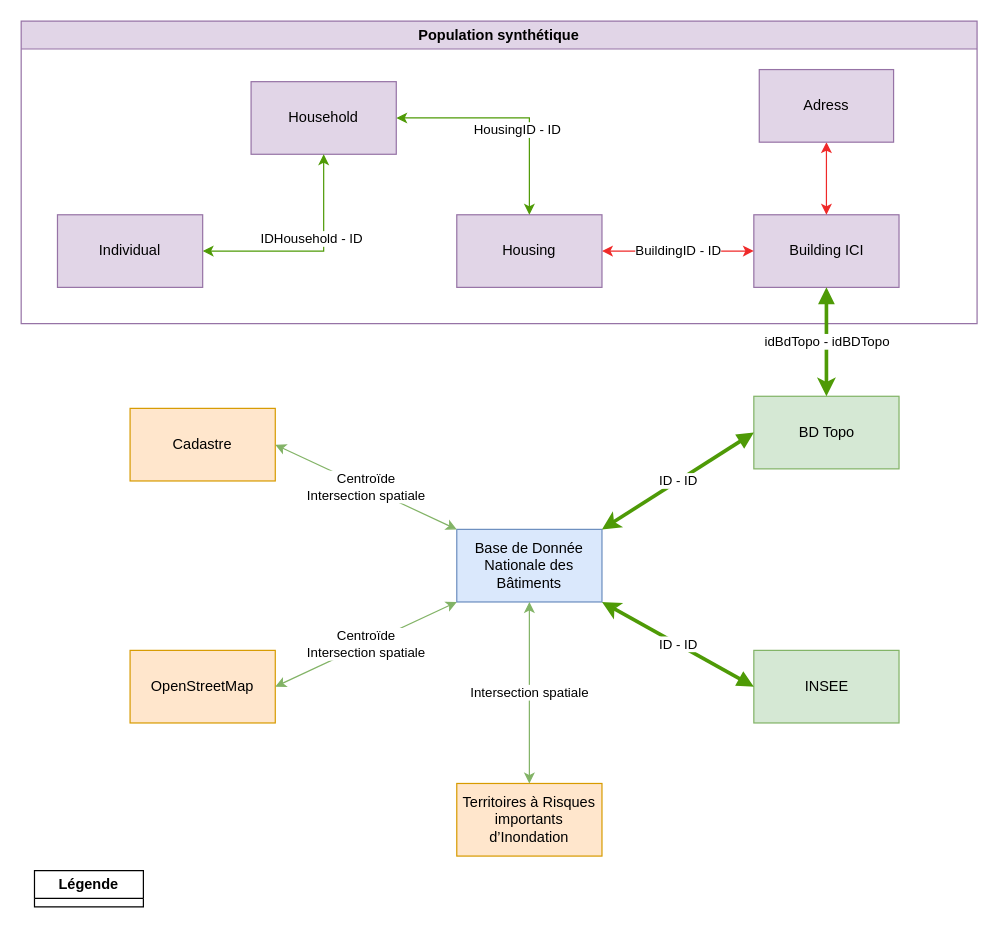
Earlier version of the draw.io diagram liens_entre_bases.drawio (EnzoVenon/Gemini_numeriques). Source tidied: cells renumbered, new cells numbered last; positions are measured from the earlier drawing's top-left corner, leaving out a move shared by most shapes. Both pictures are drawn from the tidied source at 121%, with x=0, y=0 at pixel (21, 21).
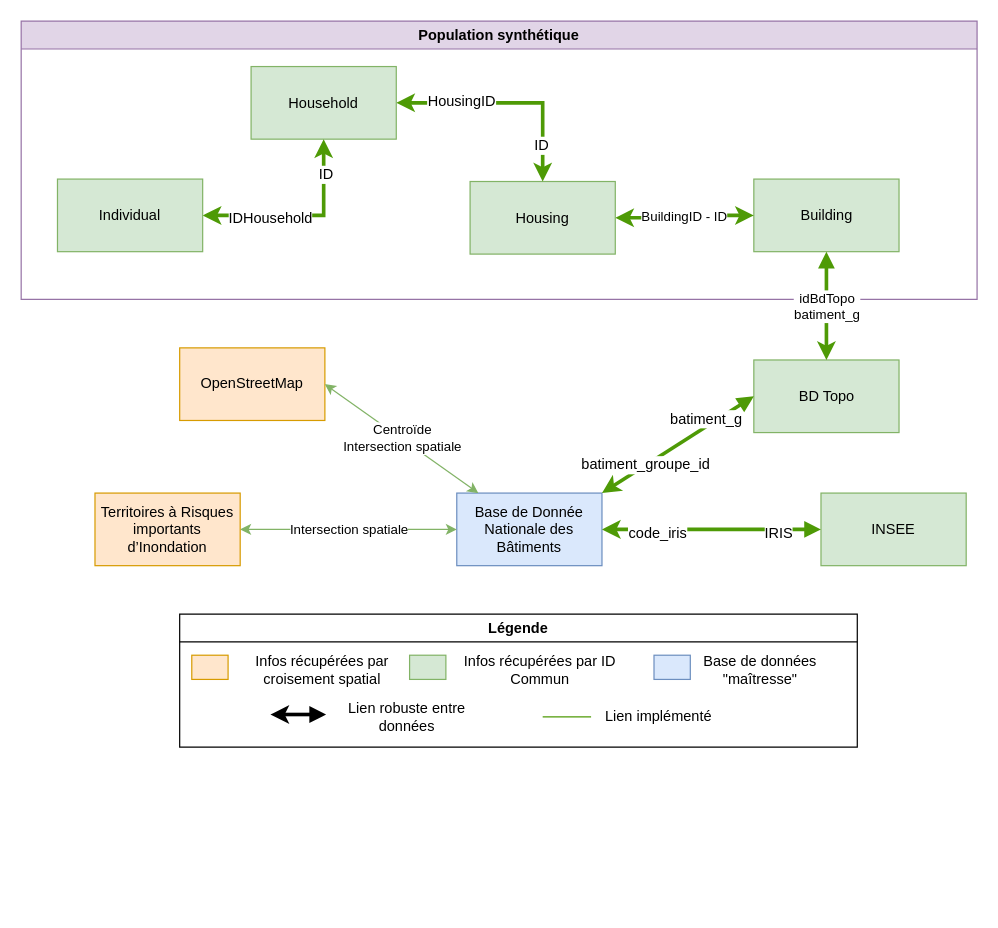
The same diagram, later.

Commit message:
changing diagram to represent better the links between data sources

Diff of the diagram source:
```diff
@@
     <mxCell id="2" value="Base de Donnée Nationale des Bâtiments" style="rounded=0;whiteSpace=wrap;html=1;fillColor=#dae8fc;strokeColor=#6c8ebf;" parent="1" vertex="1">
-      <mxGeometry x="360" y="420" width="120" height="60" as="geometry" />
+      <mxGeometry x="360" y="390" width="120" height="60" as="geometry" />
     </mxCell>
     <mxCell id="3" value="&lt;div&gt;BD Topo&lt;/div&gt;" style="rounded=0;whiteSpace=wrap;html=1;fillColor=#d5e8d4;strokeColor=#82b366;" parent="1" vertex="1">
-      <mxGeometry x="605.5" y="310" width="120" height="60" as="geometry" />
+      <mxGeometry x="605.5" y="280" width="120" height="60" as="geometry" />
     </mxCell>
-    <mxCell id="4" value="&lt;div&gt;Cadastre&lt;/div&gt;" style="rounded=0;whiteSpace=wrap;html=1;fillColor=#ffe6cc;strokeColor=#d79b00;" parent="1" vertex="1">
-      <mxGeometry x="90" y="320" width="120" height="60" as="geometry" />
-    </mxCell>
     <mxCell id="5" value="OpenStreetMap" style="rounded=0;whiteSpace=wrap;html=1;fillColor=#ffe6cc;strokeColor=#d79b00;" parent="1" vertex="1">
-      <mxGeometry x="90" y="520" width="120" height="60" as="geometry" />
+      <mxGeometry x="131" y="270" width="120" height="60" as="geometry" />
     </mxCell>
     <mxCell id="6" value="INSEE" style="rounded=0;whiteSpace=wrap;html=1;fillColor=#d5e8d4;strokeColor=#82b366;" parent="1" vertex="1">
-      <mxGeometry x="605.5" y="520" width="120" height="60" as="geometry" />
+      <mxGeometry x="661" y="390" width="120" height="60" as="geometry" />
     </mxCell>
     <mxCell id="7" value="Territoires à Risques importants d’Inondation" style="rounded=0;whiteSpace=wrap;html=1;fillColor=#ffe6cc;strokeColor=#d79b00;" parent="1" vertex="1">
-      <mxGeometry x="360" y="630" width="120" height="60" as="geometry" />
+      <mxGeometry x="61" y="390" width="120" height="60" as="geometry" />
     </mxCell>
-    <mxCell id="8" value="&lt;div&gt;Centroïde &lt;br&gt;&lt;/div&gt;&lt;div&gt;Intersection spatiale&lt;br&gt;&lt;/div&gt;" style="endArrow=classic;html=1;rounded=0;exitX=1;exitY=0.5;exitDx=0;exitDy=0;entryX=0;entryY=0;entryDx=0;entryDy=0;strokeColor=#82b366;endFill=1;startArrow=classic;startFill=1;fillColor=#d5e8d4;" parent="1" edge="1" source="4" target="2">
-      <mxGeometry relative="1" as="geometry" />
-    </mxCell>
-    <mxCell id="9" value="ID - ID" style="endArrow=classic;html=1;rounded=0;entryX=1;entryY=0;entryDx=0;entryDy=0;exitX=0;exitY=0.5;exitDx=0;exitDy=0;strokeColor=#4e9a06;strokeWidth=3;endFill=1;startArrow=block;" parent="1" edge="1" source="3" target="2">
-      <mxGeometry relative="1" as="geometry" />
+    <mxCell id="9" style="endArrow=classic;html=1;rounded=0;entryX=1;entryY=0;entryDx=0;entryDy=0;exitX=0;exitY=0.5;exitDx=0;exitDy=0;strokeColor=#4e9a06;strokeWidth=3;endFill=1;startArrow=block;" parent="1" edge="1" source="3" target="2">
+      <mxGeometry x="-0.02" y="13" relative="1" as="geometry" />
     </mxCell>
-    <mxCell id="10" value="Intersection spatiale" style="endArrow=classic;html=1;rounded=0;exitX=0.5;exitY=0;exitDx=0;exitDy=0;entryX=0.5;entryY=1;entryDx=0;entryDy=0;strokeColor=#82b366;endFill=1;startArrow=classic;startFill=1;fillColor=#d5e8d4;" parent="1" edge="1" source="7" target="2">
+    <mxCell id="10" value="Intersection spatiale" style="endArrow=classic;html=1;rounded=0;exitX=1;exitY=0.5;exitDx=0;exitDy=0;entryX=0;entryY=0.5;entryDx=0;entryDy=0;strokeColor=#82b366;endFill=1;startArrow=classic;startFill=1;fillColor=#d5e8d4;" parent="1" edge="1" source="7" target="2">
       <mxGeometry relative="1" as="geometry" />
     </mxCell>
-    <mxCell id="11" value="&lt;div&gt;Centroïde&lt;/div&gt;&lt;div&gt;Intersection spatiale&lt;br&gt;&lt;/div&gt;" style="endArrow=classic;html=1;rounded=0;exitX=1;exitY=0.5;exitDx=0;exitDy=0;entryX=0;entryY=1;entryDx=0;entryDy=0;strokeColor=#82b366;endFill=1;startArrow=classic;startFill=1;fillColor=#d5e8d4;" parent="1" edge="1" source="5" target="2">
+    <mxCell id="11" value="&lt;div&gt;Centroïde&lt;/div&gt;&lt;div&gt;Intersection spatiale&lt;br&gt;&lt;/div&gt;" style="endArrow=classic;html=1;rounded=0;exitX=1;exitY=0.5;exitDx=0;exitDy=0;strokeColor=#82b366;endFill=1;startArrow=classic;startFill=1;fillColor=#d5e8d4;" parent="1" edge="1" source="5" target="2">
       <mxGeometry relative="1" as="geometry" />
     </mxCell>
-    <mxCell id="12" value="ID - ID" style="endArrow=classic;html=1;rounded=0;exitX=0;exitY=0.5;exitDx=0;exitDy=0;entryX=1;entryY=1;entryDx=0;entryDy=0;strokeColor=#4e9a06;strokeWidth=3;endFill=1;startArrow=block;" parent="1" edge="1" source="6" target="2">
+    <mxCell id="12" style="endArrow=classic;html=1;rounded=0;exitX=0;exitY=0.5;exitDx=0;exitDy=0;strokeColor=#4e9a06;strokeWidth=3;endFill=1;startArrow=block;entryX=1;entryY=0.5;entryDx=0;entryDy=0;" parent="1" edge="1" source="6" target="2">
       <mxGeometry relative="1" as="geometry" />
     </mxCell>
     <mxCell id="13" value="Population synthétique" style="swimlane;whiteSpace=wrap;html=1;fillColor=#e1d5e7;strokeColor=#9673a6;" parent="1" vertex="1">
-      <mxGeometry width="790" height="250" as="geometry" />
+      <mxGeometry width="790" height="230" as="geometry" />
     </mxCell>
-    <mxCell id="14" value="Building ICI" style="rounded=0;whiteSpace=wrap;html=1;fillColor=#e1d5e7;strokeColor=#9673a6;" parent="13" vertex="1">
-      <mxGeometry x="605.5" y="160" width="120" height="60" as="geometry" />
+    <mxCell id="14" value="Building" style="rounded=0;whiteSpace=wrap;html=1;fillColor=#d5e8d4;strokeColor=#82b366;" parent="13" vertex="1">
+      <mxGeometry x="605.5" y="130.5" width="120" height="60" as="geometry" />
     </mxCell>
-    <mxCell id="15" value="BuildingID - ID" style="edgeStyle=orthogonalEdgeStyle;rounded=0;jettySize=auto;html=1;exitX=1;exitY=0.5;exitDx=0;exitDy=0;entryX=0;entryY=0.5;entryDx=0;entryDy=0;strokeColor=#ef2929;endArrow=classic;endFill=1;startArrow=classic;startFill=1;" parent="13" edge="1" source="16" target="14">
+    <mxCell id="15" value="BuildingID - ID" style="edgeStyle=orthogonalEdgeStyle;rounded=0;jettySize=auto;html=1;exitX=1;exitY=0.5;exitDx=0;exitDy=0;entryX=0;entryY=0.5;entryDx=0;entryDy=0;strokeColor=#4E9A06;endArrow=classic;endFill=1;startArrow=classic;startFill=1;strokeWidth=3;" parent="13" edge="1" source="16" target="14">
       <mxGeometry relative="1" as="geometry" />
     </mxCell>
-    <mxCell id="16" value="Housing" style="rounded=0;whiteSpace=wrap;html=1;fillColor=#e1d5e7;strokeColor=#9673a6;" parent="13" vertex="1">
-      <mxGeometry x="360" y="160" width="120" height="60" as="geometry" />
+    <mxCell id="16" value="Housing" style="rounded=0;whiteSpace=wrap;html=1;fillColor=#d5e8d4;strokeColor=#82b366;" parent="13" vertex="1">
+      <mxGeometry x="371" y="132.5" width="120" height="60" as="geometry" />
     </mxCell>
-    <mxCell id="17" value="HousingID - ID" style="edgeStyle=orthogonalEdgeStyle;rounded=0;jettySize=auto;html=1;exitX=1;exitY=0.5;exitDx=0;exitDy=0;entryX=0.5;entryY=0;entryDx=0;entryDy=0;strokeColor=#4e9a06;endArrow=classic;endFill=1;startArrow=classic;startFill=1;" parent="13" edge="1" source="18" target="16">
+    <mxCell id="17" style="edgeStyle=orthogonalEdgeStyle;rounded=0;jettySize=auto;html=1;exitX=1;exitY=0.5;exitDx=0;exitDy=0;entryX=0.5;entryY=0;entryDx=0;entryDy=0;strokeColor=#4e9a06;endArrow=classic;endFill=1;startArrow=classic;startFill=1;strokeWidth=3;" parent="13" edge="1" source="18" target="16">
       <mxGeometry x="0.26" y="-10" relative="1" as="geometry" />
     </mxCell>
-    <mxCell id="18" value="Household" style="rounded=0;whiteSpace=wrap;html=1;fillColor=#e1d5e7;strokeColor=#9673a6;" parent="13" vertex="1">
-      <mxGeometry x="190" y="50" width="120" height="60" as="geometry" />
+    <mxCell id="18" value="Household" style="rounded=0;whiteSpace=wrap;html=1;fillColor=#d5e8d4;strokeColor=#82b366;" parent="13" vertex="1">
+      <mxGeometry x="190" y="37.5" width="120" height="60" as="geometry" />
     </mxCell>
-    <mxCell id="19" value="IDHousehold - ID" style="edgeStyle=orthogonalEdgeStyle;rounded=0;jettySize=auto;html=1;exitX=1;exitY=0.5;exitDx=0;exitDy=0;entryX=0.5;entryY=1;entryDx=0;entryDy=0;strokeColor=#4E9A06;endArrow=classic;endFill=1;startArrow=classic;startFill=1;" parent="13" edge="1" source="20" target="18">
+    <mxCell id="19" style="edgeStyle=orthogonalEdgeStyle;rounded=0;jettySize=auto;html=1;exitX=1;exitY=0.5;exitDx=0;exitDy=0;entryX=0.5;entryY=1;entryDx=0;entryDy=0;strokeColor=#4E9A06;endArrow=classic;endFill=1;startArrow=classic;startFill=1;strokeWidth=3;" parent="13" edge="1" source="20" target="18">
       <mxGeometry x="0.22" y="10" relative="1" as="geometry" />
     </mxCell>
-    <mxCell id="20" value="Individual" style="rounded=0;whiteSpace=wrap;html=1;fillColor=#e1d5e7;strokeColor=#9673a6;" parent="13" vertex="1">
-      <mxGeometry x="30" y="160" width="120" height="60" as="geometry" />
+    <mxCell id="20" value="Individual" style="rounded=0;whiteSpace=wrap;html=1;fillColor=#d5e8d4;strokeColor=#82b366;" parent="13" vertex="1">
+      <mxGeometry x="30" y="130.5" width="120" height="60" as="geometry" />
     </mxCell>
-    <mxCell id="21" style="edgeStyle=orthogonalEdgeStyle;rounded=0;jettySize=auto;html=1;exitX=0.5;exitY=1;exitDx=0;exitDy=0;strokeColor=#ef2929;endArrow=classic;endFill=1;startArrow=classic;startFill=1;" parent="13" edge="1" source="22" target="14">
-      <mxGeometry relative="1" as="geometry" />
-    </mxCell>
-    <mxCell id="22" value="Adress" style="rounded=0;whiteSpace=wrap;html=1;fillColor=#e1d5e7;strokeColor=#9673a6;" parent="13" vertex="1">
-      <mxGeometry x="610" y="40" width="111" height="60" as="geometry" />
-    </mxCell>
+    <mxCell id="25" value="&lt;div&gt;IDHousehold&lt;/div&gt;" style="text;html=1;align=center;verticalAlign=middle;strokeColor=none;fillColor=none;labelBackgroundColor=default;" parent="13" vertex="1">
+      <mxGeometry x="161" y="147.5" width="90" height="30" as="geometry" />
+    </mxCell>
+    <mxCell id="26" value="HousingID" style="text;html=1;align=center;verticalAlign=middle;strokeColor=none;fillColor=none;labelBackgroundColor=default;" parent="13" vertex="1">
+      <mxGeometry x="324" y="51.5" width="80" height="30" as="geometry" />
+    </mxCell>
+    <mxCell id="27" value="ID" style="text;html=1;align=center;verticalAlign=middle;strokeColor=none;fillColor=none;labelBackgroundColor=default;" parent="13" vertex="1">
+      <mxGeometry x="410" y="87.5" width="40" height="30" as="geometry" />
+    </mxCell>
-    <mxCell id="23" value="&lt;div&gt;idBdTopo - idBDTopo&lt;/div&gt;" style="edgeStyle=orthogonalEdgeStyle;rounded=0;jettySize=auto;html=1;exitX=0.5;exitY=1;exitDx=0;exitDy=0;entryX=0.5;entryY=0;entryDx=0;entryDy=0;strokeColor=#4e9a06;strokeWidth=3;endArrow=classic;endFill=1;startArrow=block;" parent="1" edge="1" source="14" target="3">
+    <mxCell id="23" value="&lt;div&gt;idBdTopo &lt;br&gt;&lt;/div&gt;&lt;div&gt;batiment_g&lt;/div&gt;" style="edgeStyle=orthogonalEdgeStyle;rounded=0;jettySize=auto;html=1;exitX=0.5;exitY=1;exitDx=0;exitDy=0;entryX=0.5;entryY=0;entryDx=0;entryDy=0;strokeColor=#4e9a06;strokeWidth=3;endArrow=classic;endFill=1;startArrow=block;" parent="1" edge="1" source="14" target="3">
       <mxGeometry relative="1" as="geometry" />
     </mxCell>
-    <mxCell id="24" value="Légende" style="swimlane;whiteSpace=wrap;html=1;" parent="1" vertex="1" collapsed="1">
-      <mxGeometry x="11" y="702" width="90" height="30" as="geometry" />
+    <mxCell id="24" value="Légende" style="swimlane;whiteSpace=wrap;html=1;" parent="1" vertex="1">
+      <mxGeometry x="131" y="490" width="560" height="110" as="geometry" />
     </mxCell>
+    <mxCell id="28" style="rounded=0;whiteSpace=wrap;html=1;fillColor=#ffe6cc;strokeColor=#d79b00;" parent="24" vertex="1">
+      <mxGeometry x="10" y="34" width="30" height="20" as="geometry" />
+    </mxCell>
+    <mxCell id="29" value="Infos récupérées par croisement spatial" style="text;html=1;strokeColor=none;fillColor=none;align=center;verticalAlign=middle;whiteSpace=wrap;rounded=0;" parent="24" vertex="1">
+      <mxGeometry x="48" y="31" width="140" height="30" as="geometry" />
+    </mxCell>
+    <mxCell id="30" style="rounded=0;whiteSpace=wrap;html=1;fillColor=#d5e8d4;strokeColor=#82b366;" parent="24" vertex="1">
+      <mxGeometry x="190" y="34" width="30" height="20" as="geometry" />
+    </mxCell>
+    <mxCell id="31" value="Infos récupérées par ID Commun" style="text;html=1;strokeColor=none;fillColor=none;align=center;verticalAlign=middle;whiteSpace=wrap;rounded=0;" parent="24" vertex="1">
+      <mxGeometry x="228" y="31" width="140" height="30" as="geometry" />
+    </mxCell>
+    <mxCell id="32" style="endArrow=classic;html=1;rounded=0;entryX=1;entryY=0;entryDx=0;entryDy=0;strokeColor=#000000;strokeWidth=3;endFill=1;startArrow=block;" parent="24" edge="1">
+      <mxGeometry relative="1" as="geometry">
+        <mxPoint x="121" y="83" as="sourcePoint" />
+        <mxPoint x="75" y="83" as="targetPoint" />
+      </mxGeometry>
+    </mxCell>
+    <mxCell id="33" value="Lien robuste entre données" style="text;html=1;strokeColor=none;fillColor=none;align=center;verticalAlign=middle;whiteSpace=wrap;rounded=0;" parent="24" vertex="1">
+      <mxGeometry x="118" y="70" width="140" height="30" as="geometry" />
+    </mxCell>
+    <mxCell id="34" style="endArrow=none;startArrow=none;html=1;rounded=0;strokeColor=#4e9a06;endFill=0;startFill=0;" parent="24" edge="1">
+      <mxGeometry relative="1" as="geometry">
+        <mxPoint x="300" y="85" as="sourcePoint" />
+        <mxPoint x="340" y="85" as="targetPoint" />
+      </mxGeometry>
+    </mxCell>
+    <mxCell id="35" value="Lien implémenté" style="text;html=1;strokeColor=none;fillColor=none;align=center;verticalAlign=middle;whiteSpace=wrap;rounded=0;" parent="24" vertex="1">
+      <mxGeometry x="326" y="70" width="140" height="30" as="geometry" />
+    </mxCell>
+    <mxCell id="36" style="rounded=0;whiteSpace=wrap;html=1;fillColor=#dae8fc;strokeColor=#6c8ebf;" parent="24" vertex="1">
+      <mxGeometry x="392" y="34" width="30" height="20" as="geometry" />
+    </mxCell>
+    <mxCell id="37" value="Base de données &quot;maîtresse&quot;" style="text;html=1;strokeColor=none;fillColor=none;align=center;verticalAlign=middle;whiteSpace=wrap;rounded=0;" parent="24" vertex="1">
+      <mxGeometry x="410" y="31" width="140" height="30" as="geometry" />
+    </mxCell>
+    <mxCell id="38" value="ID" style="text;html=1;align=center;verticalAlign=middle;strokeColor=none;fillColor=none;labelBackgroundColor=default;" parent="1" vertex="1">
+      <mxGeometry x="232" y="111.5" width="40" height="30" as="geometry" />
+    </mxCell>
+    <mxCell id="39" value="&lt;div&gt;batiment_g&lt;/div&gt;" style="text;html=1;align=center;verticalAlign=middle;strokeColor=none;fillColor=none;labelBackgroundColor=default;" parent="1" vertex="1">
+      <mxGeometry x="525.5" y="314" width="80" height="30" as="geometry" />
+    </mxCell>
+    <mxCell id="40" value="&lt;div&gt;batiment_groupe_id&lt;br&gt;&lt;/div&gt;" style="text;html=1;align=center;verticalAlign=middle;strokeColor=none;fillColor=none;labelBackgroundColor=#FFFFFF;" parent="1" vertex="1">
+      <mxGeometry x="451" y="352" width="130" height="30" as="geometry" />
+    </mxCell>
+    <mxCell id="41" value="&lt;div&gt;code_iris &lt;br&gt;&lt;/div&gt;" style="text;html=1;align=center;verticalAlign=middle;strokeColor=none;fillColor=none;labelBackgroundColor=#FFFFFF;" parent="1" vertex="1">
+      <mxGeometry x="491" y="409" width="70" height="30" as="geometry" />
+    </mxCell>
+    <mxCell id="42" value="IRIS" style="text;html=1;align=center;verticalAlign=middle;strokeColor=none;fillColor=none;labelBackgroundColor=#FFFFFF;" parent="1" vertex="1">
+      <mxGeometry x="601" y="409" width="50" height="30" as="geometry" />
+    </mxCell>
```
